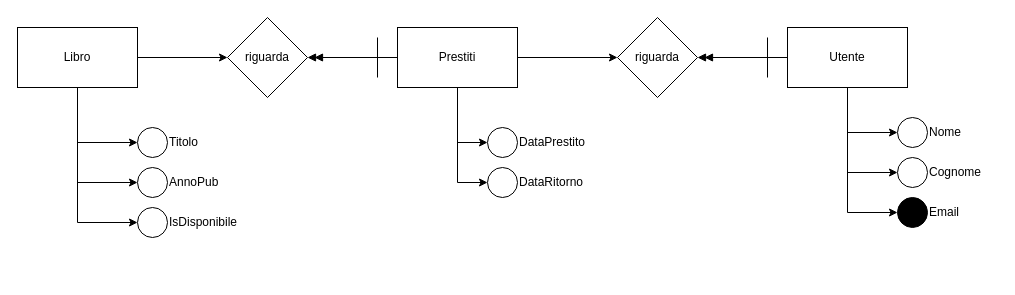
The draw.io diagram Esercitazione_20_03_2024_Biblioteca/Biblioteca.drawio in Sparck94/Esercitazione_08_03, before the edit. Source tidied: cells renumbered, new cells numbered last; positions are measured from the earlier drawing's top-left corner, leaving out a move shared by most shapes. Both pictures are drawn from the tidied source at 100%, with x=0, y=0 at pixel (17, 17).
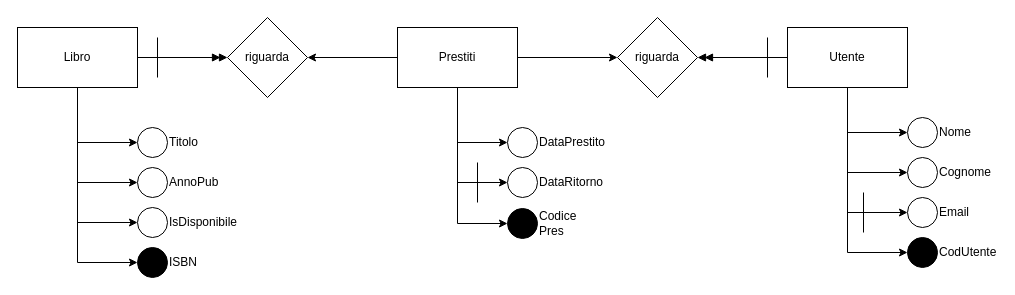
After the change.

The change refers to these unchanged cells:
```xml
<mxCell id="6" value="Libro" style="rounded=0;whiteSpace=wrap;html=1;" parent="1" vertex="1">
  <mxGeometry y="10" width="120" height="60" as="geometry" />
</mxCell>
<mxCell id="11" value="Utente" style="rounded=0;whiteSpace=wrap;html=1;" parent="1" vertex="1">
  <mxGeometry x="770" y="10" width="120" height="60" as="geometry" />
</mxCell>
<mxCell id="16" value="Prestiti" style="rounded=0;whiteSpace=wrap;html=1;" parent="1" vertex="1">
  <mxGeometry x="380" y="10" width="120" height="60" as="geometry" />
</mxCell>
<mxCell id="17" value="riguarda" style="rhombus;whiteSpace=wrap;html=1;" parent="1" vertex="1">
  <mxGeometry x="210" width="80" height="80" as="geometry" />
</mxCell>
```

Change to the diagram source:
```diff
@@
-    <mxCell id="2" style="edgeStyle=orthogonalEdgeStyle;rounded=0;jettySize=auto;html=1;exitX=1;exitY=0.5;exitDx=0;exitDy=0;entryX=0;entryY=0.5;entryDx=0;entryDy=0;" parent="1" edge="1" source="6" target="17">
+    <mxCell id="2" style="edgeStyle=orthogonalEdgeStyle;rounded=0;jettySize=auto;html=1;exitX=1;exitY=0.5;exitDx=0;exitDy=0;entryX=0;entryY=0.5;entryDx=0;entryDy=0;endArrow=doubleBlock;endFill=1;" parent="1" edge="1" source="6" target="17">
       <mxGeometry relative="1" as="geometry" />
     </mxCell>
@@
+    <mxCell id="37" style="edgeStyle=orthogonalEdgeStyle;rounded=0;jettySize=auto;html=1;exitX=0.5;exitY=1;exitDx=0;exitDy=0;entryX=0;entryY=0.5;entryDx=0;entryDy=0;" parent="1" edge="1" source="6" target="44">
+      <mxGeometry relative="1" as="geometry" />
+    </mxCell>
@@
+    <mxCell id="38" style="edgeStyle=orthogonalEdgeStyle;rounded=0;jettySize=auto;html=1;exitX=0.5;exitY=1;exitDx=0;exitDy=0;entryX=0;entryY=0.5;entryDx=0;entryDy=0;" parent="1" edge="1" source="11" target="40">
+      <mxGeometry relative="1" as="geometry" />
+    </mxCell>
@@
-    <mxCell id="12" style="edgeStyle=orthogonalEdgeStyle;rounded=0;jettySize=auto;html=1;exitX=0;exitY=0.5;exitDx=0;exitDy=0;entryX=1;entryY=0.5;entryDx=0;entryDy=0;endArrow=doubleBlock;endFill=1;" parent="1" edge="1" source="16" target="17">
+    <mxCell id="12" style="edgeStyle=orthogonalEdgeStyle;rounded=0;jettySize=auto;html=1;exitX=0;exitY=0.5;exitDx=0;exitDy=0;entryX=1;entryY=0.5;entryDx=0;entryDy=0;endArrow=classic;endFill=1;" parent="1" edge="1" source="16" target="17">
       <mxGeometry relative="1" as="geometry" />
     </mxCell>
@@
+    <mxCell id="39" style="edgeStyle=orthogonalEdgeStyle;rounded=0;jettySize=auto;html=1;exitX=0.5;exitY=1;exitDx=0;exitDy=0;entryX=0;entryY=0.5;entryDx=0;entryDy=0;" parent="1" edge="1" source="16" target="42">
+      <mxGeometry relative="1" as="geometry" />
+    </mxCell>
@@
     <mxCell id="19" style="endArrow=none;html=1;rounded=0;" parent="1" edge="1">
       <mxGeometry relative="1" as="geometry">
-        <mxPoint x="360" y="60" as="sourcePoint" />
-        <mxPoint x="360" y="20" as="targetPoint" />
+        <mxPoint x="140" y="60" as="sourcePoint" />
+        <mxPoint x="140" y="20" as="targetPoint" />
       </mxGeometry>
     </mxCell>
@@
     <mxCell id="27" style="ellipse;whiteSpace=wrap;html=1;" parent="1" vertex="1">
-      <mxGeometry x="880" y="100" width="30" height="30" as="geometry" />
+      <mxGeometry x="890" y="100" width="30" height="30" as="geometry" />
     </mxCell>
     <mxCell id="28" value="Nome&lt;span style=&quot;white-space: pre;&quot;&gt;&#9;&lt;/span&gt;" style="text;html=1;align=left;verticalAlign=middle;whiteSpace=wrap;rounded=0;" parent="1" vertex="1">
-      <mxGeometry x="910" y="100" width="60" height="30" as="geometry" />
+      <mxGeometry x="920" y="100" width="60" height="30" as="geometry" />
     </mxCell>
     <mxCell id="29" style="ellipse;whiteSpace=wrap;html=1;" parent="1" vertex="1">
-      <mxGeometry x="880" y="140" width="30" height="30" as="geometry" />
+      <mxGeometry x="890" y="140" width="30" height="30" as="geometry" />
     </mxCell>
     <mxCell id="30" value="Cognome" style="text;html=1;align=left;verticalAlign=middle;whiteSpace=wrap;rounded=0;" parent="1" vertex="1">
-      <mxGeometry x="910" y="140" width="60" height="30" as="geometry" />
+      <mxGeometry x="920" y="140" width="60" height="30" as="geometry" />
     </mxCell>
-    <mxCell id="31" style="ellipse;whiteSpace=wrap;html=1;fillColor=#000000;" parent="1" vertex="1">
-      <mxGeometry x="880" y="180" width="30" height="30" as="geometry" />
+    <mxCell id="31" style="ellipse;whiteSpace=wrap;html=1;fillColor=#FFFFFF;" parent="1" vertex="1">
+      <mxGeometry x="890" y="180" width="30" height="30" as="geometry" />
     </mxCell>
     <mxCell id="32" value="Email" style="text;html=1;align=left;verticalAlign=middle;whiteSpace=wrap;rounded=0;" parent="1" vertex="1">
-      <mxGeometry x="910" y="180" width="60" height="30" as="geometry" />
+      <mxGeometry x="920" y="180" width="60" height="30" as="geometry" />
     </mxCell>
     <mxCell id="33" style="ellipse;whiteSpace=wrap;html=1;" parent="1" vertex="1">
-      <mxGeometry x="470" y="110" width="30" height="30" as="geometry" />
+      <mxGeometry x="490" y="110" width="30" height="30" as="geometry" />
     </mxCell>
     <mxCell id="34" value="DataPrestito" style="text;html=1;align=left;verticalAlign=middle;whiteSpace=wrap;rounded=0;" parent="1" vertex="1">
-      <mxGeometry x="500" y="110" width="60" height="30" as="geometry" />
+      <mxGeometry x="520" y="110" width="60" height="30" as="geometry" />
     </mxCell>
     <mxCell id="35" style="ellipse;whiteSpace=wrap;html=1;" parent="1" vertex="1">
-      <mxGeometry x="470" y="150" width="30" height="30" as="geometry" />
+      <mxGeometry x="490" y="150" width="30" height="30" as="geometry" />
     </mxCell>
     <mxCell id="36" value="DataRitorno" style="text;html=1;align=left;verticalAlign=middle;whiteSpace=wrap;rounded=0;" parent="1" vertex="1">
-      <mxGeometry x="500" y="150" width="60" height="30" as="geometry" />
+      <mxGeometry x="520" y="150" width="60" height="30" as="geometry" />
     </mxCell>
+    <mxCell id="40" style="ellipse;whiteSpace=wrap;html=1;fillColor=#000000;" parent="1" vertex="1">
+      <mxGeometry x="890" y="220" width="30" height="30" as="geometry" />
+    </mxCell>
+    <mxCell id="41" value="CodUtente" style="text;html=1;align=left;verticalAlign=middle;whiteSpace=wrap;rounded=0;" parent="1" vertex="1">
+      <mxGeometry x="920" y="220" width="60" height="30" as="geometry" />
+    </mxCell>
+    <mxCell id="42" style="ellipse;whiteSpace=wrap;html=1;fillColor=#000000;" parent="1" vertex="1">
+      <mxGeometry x="490" y="191" width="30" height="30" as="geometry" />
+    </mxCell>
+    <mxCell id="43" value="Codice Pres" style="text;html=1;align=left;verticalAlign=middle;whiteSpace=wrap;rounded=0;" parent="1" vertex="1">
+      <mxGeometry x="520" y="191" width="60" height="30" as="geometry" />
+    </mxCell>
+    <mxCell id="44" style="ellipse;whiteSpace=wrap;html=1;fillColor=#000000;" parent="1" vertex="1">
+      <mxGeometry x="120" y="230" width="30" height="30" as="geometry" />
+    </mxCell>
+    <mxCell id="45" value="ISBN" style="text;html=1;align=left;verticalAlign=middle;whiteSpace=wrap;rounded=0;" parent="1" vertex="1">
+      <mxGeometry x="150" y="230" width="60" height="30" as="geometry" />
+    </mxCell>
+    <mxCell id="46" style="endArrow=none;html=1;rounded=0;" parent="1" edge="1">
+      <mxGeometry relative="1" as="geometry">
+        <mxPoint x="846" y="215" as="sourcePoint" />
+        <mxPoint x="846" y="175" as="targetPoint" />
+      </mxGeometry>
+    </mxCell>
+    <mxCell id="47" style="endArrow=none;html=1;rounded=0;" parent="1" edge="1">
+      <mxGeometry relative="1" as="geometry">
+        <mxPoint x="460" y="185" as="sourcePoint" />
+        <mxPoint x="460" y="145" as="targetPoint" />
+      </mxGeometry>
+    </mxCell>
```
